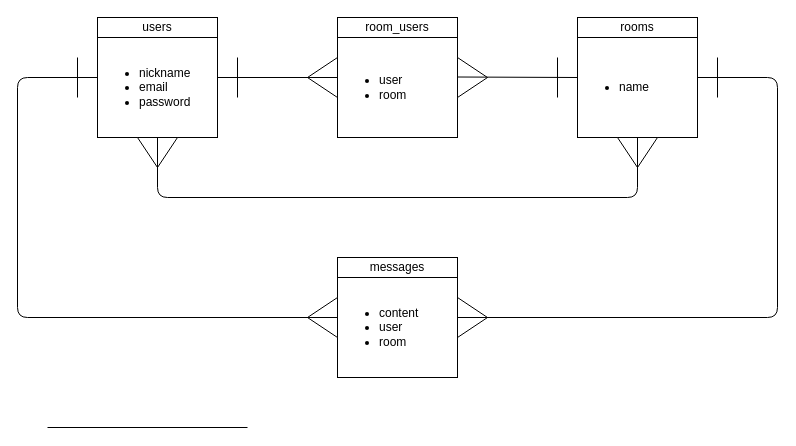
Above: idea-chat.dio in t-sasagawa/idea-chat (draw.io), before the change. Source tidied: cells renumbered, new cells numbered last; positions are measured from the earlier drawing's top-left corner, leaving out a move shared by most shapes. Both pictures are drawn from the tidied source at 100%, with x=0, y=0 at pixel (17, 17).
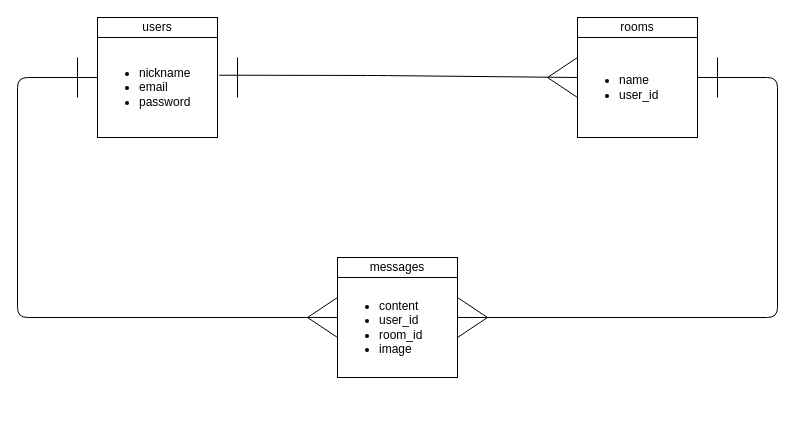
The same diagram, later.

The change refers to these unchanged cells:
```xml
<mxCell id="5" value="&lt;ul&gt;&lt;li&gt;nickname&lt;/li&gt;&lt;li&gt;email&lt;/li&gt;&lt;li&gt;password&lt;/li&gt;&lt;/ul&gt;" style="rounded=0;whiteSpace=wrap;html=1;align=left;" parent="1" vertex="1">
  <mxGeometry x="80" y="20" width="120" height="100" as="geometry" />
</mxCell>
```

What changed in the source:
```diff
@@
+    <mxCell id="13" style="triangle;whiteSpace=wrap;html=1;rotation=-180;" parent="1" vertex="1">
+      <mxGeometry x="530" y="40" width="30" height="40" as="geometry" />
+    </mxCell>
@@
-    <mxCell id="3" style="triangle;whiteSpace=wrap;html=1;rotation=-180;" parent="1" vertex="1">
-      <mxGeometry x="290" y="40" width="30" height="40" as="geometry" />
-    </mxCell>
@@
-    <mxCell id="6" value="&lt;ul&gt;&lt;li&gt;name&lt;/li&gt;&lt;/ul&gt;" style="rounded=0;whiteSpace=wrap;html=1;align=left;" parent="1" vertex="1">
+    <mxCell id="6" value="&lt;ul&gt;&lt;li&gt;name&lt;/li&gt;&lt;li&gt;user_id&lt;/li&gt;&lt;/ul&gt;" style="rounded=0;whiteSpace=wrap;html=1;align=left;" parent="1" vertex="1">
       <mxGeometry x="560" y="20" width="120" height="100" as="geometry" />
     </mxCell>
@@
-    <mxCell id="8" value="&lt;ul&gt;&lt;li&gt;user&lt;/li&gt;&lt;li&gt;room&lt;/li&gt;&lt;/ul&gt;" style="rounded=0;whiteSpace=wrap;html=1;align=left;" parent="1" vertex="1">
-      <mxGeometry x="320" y="20" width="120" height="100" as="geometry" />
-    </mxCell>
-    <mxCell id="9" value="room_users" style="rounded=0;whiteSpace=wrap;html=1;" parent="1" vertex="1">
-      <mxGeometry x="320" width="120" height="20" as="geometry" />
-    </mxCell>
-    <mxCell id="10" value="&lt;ul&gt;&lt;li&gt;content&lt;/li&gt;&lt;li&gt;user&lt;/li&gt;&lt;li&gt;room&lt;/li&gt;&lt;/ul&gt;" style="rounded=0;whiteSpace=wrap;html=1;align=left;" parent="1" vertex="1">
+    <mxCell id="10" value="&lt;ul&gt;&lt;li&gt;content&lt;/li&gt;&lt;li&gt;user_id&lt;/li&gt;&lt;li&gt;room_id&lt;/li&gt;&lt;li&gt;image&lt;/li&gt;&lt;/ul&gt;" style="rounded=0;whiteSpace=wrap;html=1;align=left;" parent="1" vertex="1">
       <mxGeometry x="320" y="260" width="120" height="100" as="geometry" />
     </mxCell>
@@
-    <mxCell id="13" style="triangle;whiteSpace=wrap;html=1;rotation=90;" parent="1" vertex="1">
-      <mxGeometry x="605" y="115" width="30" height="40" as="geometry" />
-    </mxCell>
-    <mxCell id="14" style="endArrow=none;html=1;entryX=0;entryY=0.5;entryDx=0;entryDy=0;" parent="1" edge="1" target="3">
-      <mxGeometry relative="1" as="geometry">
-        <mxPoint x="200" y="60" as="sourcePoint" />
-      </mxGeometry>
-    </mxCell>
@@
-    <mxCell id="16" style="endArrow=none;html=1;entryX=0;entryY=0.5;entryDx=0;entryDy=0;" parent="1" edge="1">
-      <mxGeometry relative="1" as="geometry">
-        <mxPoint x="30" y="410" as="sourcePoint" />
-        <mxPoint x="230" y="410" as="targetPoint" />
-      </mxGeometry>
-    </mxCell>
-    <mxCell id="17" style="triangle;whiteSpace=wrap;html=1;rotation=0;" parent="1" vertex="1">
-      <mxGeometry x="440" y="40" width="30" height="40" as="geometry" />
-    </mxCell>
-    <mxCell id="18" style="triangle;whiteSpace=wrap;html=1;rotation=90;" parent="1" vertex="1">
-      <mxGeometry x="125" y="115" width="30" height="40" as="geometry" />
-    </mxCell>
-    <mxCell id="19" style="endArrow=none;html=1;entryX=0;entryY=0.5;entryDx=0;entryDy=0;exitX=0;exitY=0.5;exitDx=0;exitDy=0;" parent="1" edge="1" source="18" target="13">
+    <mxCell id="19" style="endArrow=none;html=1;exitX=1.014;exitY=0.377;exitDx=0;exitDy=0;exitPerimeter=0;entryX=0;entryY=0.5;entryDx=0;entryDy=0;" parent="1" edge="1" source="5" target="13">
       <mxGeometry relative="1" as="geometry">
         <Array as="points">
-          <mxPoint x="140" y="180" />
-          <mxPoint x="620" y="180" />
+          <mxPoint x="360" y="58" />
         </Array>
       </mxGeometry>
     </mxCell>
@@
-    <mxCell id="21" style="endArrow=none;html=1;" parent="1" edge="1">
-      <mxGeometry relative="1" as="geometry">
-        <mxPoint x="440" y="59.5" as="sourcePoint" />
-        <mxPoint x="560" y="60" as="targetPoint" />
-      </mxGeometry>
-    </mxCell>
@@
-    <mxCell id="23" style="endArrow=none;html=1;" parent="1" edge="1">
-      <mxGeometry relative="1" as="geometry">
-        <mxPoint x="540" y="40" as="sourcePoint" />
-        <mxPoint x="540" y="80" as="targetPoint" />
-      </mxGeometry>
-    </mxCell>
-    <mxCell id="24" style="endArrow=none;html=1;" parent="1" edge="1">
-      <mxGeometry relative="1" as="geometry">
-        <mxPoint x="220" y="40" as="sourcePoint" />
-        <mxPoint x="220" y="80" as="targetPoint" />
-      </mxGeometry>
-    </mxCell>
@@
+    <mxCell id="26" style="endArrow=none;html=1;" parent="1" edge="1">
+      <mxGeometry relative="1" as="geometry">
+        <mxPoint x="220" y="40" as="sourcePoint" />
+        <mxPoint x="220" y="80" as="targetPoint" />
+      </mxGeometry>
+    </mxCell>
```
